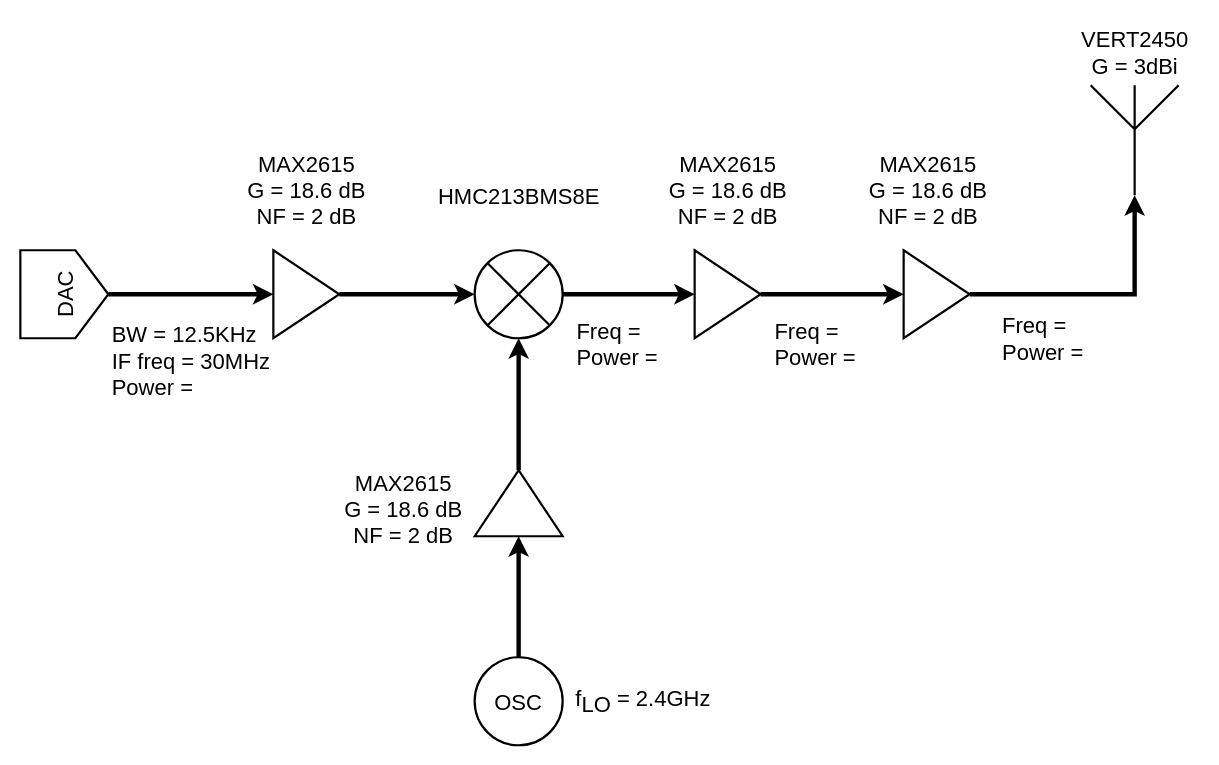
chenbin234/MCC125-Wireless-link-project keeps this draw.io diagram as transmitter.drawio. Above is the earlier version. Source tidied: cells renumbered, new cells numbered last; positions are measured from the earlier drawing's top-left corner, leaving out a move shared by most shapes. Both pictures are drawn from the tidied source at 110%, with x=0, y=0 at pixel (20, 19).
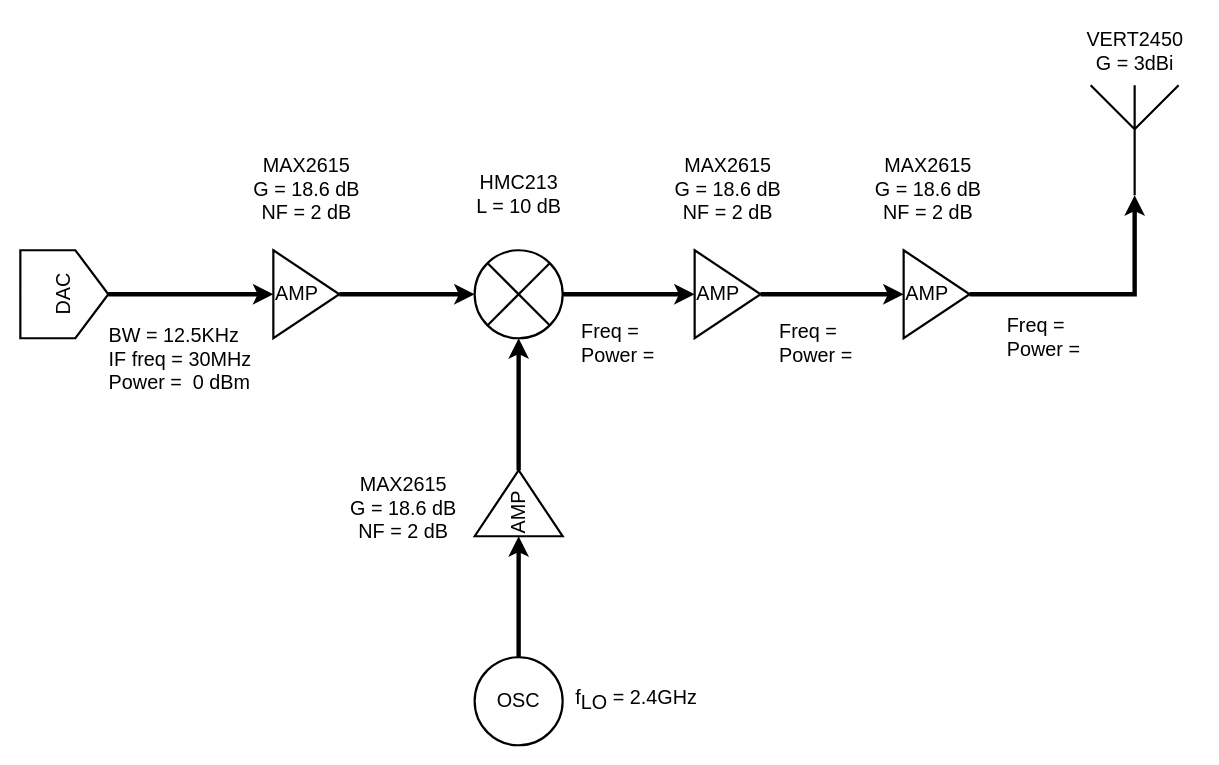
The same page after the edit.

Diff of the diagram source:
```diff
@@
-    <mxCell id="2" style="edgeStyle=orthogonalEdgeStyle;rounded=0;jettySize=auto;html=1;exitX=1;exitY=0.5;exitDx=0;exitDy=0;strokeWidth=4;fontSize=20;" parent="1" edge="1" source="3" target="5">
+    <mxCell id="2" style="edgeStyle=orthogonalEdgeStyle;rounded=0;jettySize=auto;html=1;exitX=1;exitY=0.5;exitDx=0;exitDy=0;strokeWidth=4;fontSize=18;" parent="1" edge="1" source="3" target="5">
       <mxGeometry relative="1" as="geometry" />
     </mxCell>
-    <mxCell id="3" style="triangle;whiteSpace=wrap;html=1;strokeWidth=2;fontSize=20;" parent="1" vertex="1">
+    <mxCell id="3" value="AMP" style="triangle;whiteSpace=wrap;html=1;strokeWidth=2;fontSize=18;align=left;" parent="1" vertex="1">
       <mxGeometry x="230" y="210" width="60" height="80" as="geometry" />
     </mxCell>
-    <mxCell id="4" style="edgeStyle=orthogonalEdgeStyle;rounded=0;jettySize=auto;html=1;exitX=1;exitY=0.5;exitDx=0;exitDy=0;entryX=0;entryY=0.5;entryDx=0;entryDy=0;strokeWidth=4;fontSize=20;" parent="1" edge="1" source="5" target="11">
+    <mxCell id="4" style="edgeStyle=orthogonalEdgeStyle;rounded=0;jettySize=auto;html=1;exitX=1;exitY=0.5;exitDx=0;exitDy=0;entryX=0;entryY=0.5;entryDx=0;entryDy=0;strokeWidth=4;fontSize=18;" parent="1" edge="1" source="5" target="11">
       <mxGeometry relative="1" as="geometry" />
     </mxCell>
-    <mxCell id="5" style="shape=sumEllipse;perimeter=ellipsePerimeter;whiteSpace=wrap;html=1;backgroundOutline=1;strokeWidth=2;fontSize=20;" parent="1" vertex="1">
+    <mxCell id="5" style="shape=sumEllipse;perimeter=ellipsePerimeter;whiteSpace=wrap;html=1;backgroundOutline=1;strokeWidth=2;fontSize=18;" parent="1" vertex="1">
       <mxGeometry x="413" y="210" width="80" height="80" as="geometry" />
     </mxCell>
-    <mxCell id="6" style="edgeStyle=orthogonalEdgeStyle;rounded=0;jettySize=auto;html=1;exitX=1;exitY=0.5;exitDx=0;exitDy=0;entryX=0.5;entryY=1;entryDx=0;entryDy=0;strokeWidth=4;fontSize=20;" parent="1" edge="1" source="7" target="5">
+    <mxCell id="6" style="edgeStyle=orthogonalEdgeStyle;rounded=0;jettySize=auto;html=1;exitX=1;exitY=0.5;exitDx=0;exitDy=0;entryX=0.5;entryY=1;entryDx=0;entryDy=0;strokeWidth=4;fontSize=18;" parent="1" edge="1" source="7" target="5">
       <mxGeometry relative="1" as="geometry" />
     </mxCell>
-    <mxCell id="7" style="triangle;whiteSpace=wrap;html=1;rotation=-90;strokeWidth=2;fontSize=20;" parent="1" vertex="1">
+    <mxCell id="7" value="AMP" style="triangle;whiteSpace=wrap;html=1;rotation=-90;strokeWidth=2;fontSize=18;align=left;" parent="1" vertex="1">
       <mxGeometry x="423" y="400" width="60" height="80" as="geometry" />
     </mxCell>
-    <mxCell id="8" style="edgeStyle=orthogonalEdgeStyle;rounded=0;jettySize=auto;html=1;exitX=0.5;exitY=0;exitDx=0;exitDy=0;entryX=0;entryY=0.5;entryDx=0;entryDy=0;strokeWidth=4;fontSize=20;" parent="1" edge="1" source="9" target="7">
+    <mxCell id="8" style="edgeStyle=orthogonalEdgeStyle;rounded=0;jettySize=auto;html=1;exitX=0.5;exitY=0;exitDx=0;exitDy=0;entryX=0;entryY=0.5;entryDx=0;entryDy=0;strokeWidth=4;fontSize=18;" parent="1" edge="1" source="9" target="7">
       <mxGeometry relative="1" as="geometry" />
     </mxCell>
-    <mxCell id="9" value="&lt;font style=&quot;font-size: 20px;&quot;&gt;OSC&lt;/font&gt;" style="ellipse;whiteSpace=wrap;html=1;strokeWidth=2;fontSize=20;" parent="1" vertex="1">
+    <mxCell id="9" value="&lt;font style=&quot;font-size: 18px;&quot;&gt;OSC&lt;/font&gt;" style="ellipse;whiteSpace=wrap;html=1;strokeWidth=2;fontSize=18;" parent="1" vertex="1">
       <mxGeometry x="413" y="580" width="80" height="80" as="geometry" />
     </mxCell>
-    <mxCell id="10" style="edgeStyle=orthogonalEdgeStyle;rounded=0;jettySize=auto;html=1;exitX=1;exitY=0.5;exitDx=0;exitDy=0;entryX=0;entryY=0.5;entryDx=0;entryDy=0;strokeWidth=4;fontSize=20;" parent="1" edge="1" source="11" target="13">
+    <mxCell id="10" style="edgeStyle=orthogonalEdgeStyle;rounded=0;jettySize=auto;html=1;exitX=1;exitY=0.5;exitDx=0;exitDy=0;entryX=0;entryY=0.5;entryDx=0;entryDy=0;strokeWidth=4;fontSize=18;" parent="1" edge="1" source="11" target="13">
       <mxGeometry relative="1" as="geometry" />
     </mxCell>
-    <mxCell id="11" style="triangle;whiteSpace=wrap;html=1;strokeWidth=2;fontSize=20;" parent="1" vertex="1">
+    <mxCell id="11" value="AMP" style="triangle;whiteSpace=wrap;html=1;strokeWidth=2;fontSize=18;align=left;" parent="1" vertex="1">
       <mxGeometry x="613" y="210" width="60" height="80" as="geometry" />
     </mxCell>
-    <mxCell id="12" style="edgeStyle=orthogonalEdgeStyle;rounded=0;jettySize=auto;html=1;exitX=1;exitY=0.5;exitDx=0;exitDy=0;strokeWidth=4;fontSize=20;" parent="1" edge="1" source="13" target="14">
+    <mxCell id="12" style="edgeStyle=orthogonalEdgeStyle;rounded=0;jettySize=auto;html=1;exitX=1;exitY=0.5;exitDx=0;exitDy=0;strokeWidth=4;fontSize=18;" parent="1" edge="1" source="13" target="14">
       <mxGeometry relative="1" as="geometry" />
     </mxCell>
-    <mxCell id="13" style="triangle;whiteSpace=wrap;html=1;strokeWidth=2;fontSize=20;" parent="1" vertex="1">
+    <mxCell id="13" value="AMP" style="triangle;whiteSpace=wrap;html=1;strokeWidth=2;fontSize=18;align=left;" parent="1" vertex="1">
       <mxGeometry x="803" y="210" width="60" height="80" as="geometry" />
     </mxCell>
-    <mxCell id="14" style="verticalLabelPosition=bottom;shadow=0;dashed=0;align=center;html=1;verticalAlign=top;shape=mxgraph.electrical.radio.aerial_-_antenna_1;strokeWidth=2;fontSize=20;" parent="1" vertex="1">
+    <mxCell id="14" style="verticalLabelPosition=bottom;shadow=0;dashed=0;align=center;html=1;verticalAlign=top;shape=mxgraph.electrical.radio.aerial_-_antenna_1;strokeWidth=2;fontSize=18;" parent="1" vertex="1">
       <mxGeometry x="973" y="60" width="80" height="100" as="geometry" />
     </mxCell>
-    <mxCell id="15" style="edgeStyle=orthogonalEdgeStyle;rounded=0;jettySize=auto;html=1;exitX=0.5;exitY=1;exitDx=0;exitDy=0;entryX=0;entryY=0.5;entryDx=0;entryDy=0;strokeWidth=4;fontSize=20;" parent="1" edge="1" source="16" target="3">
+    <mxCell id="15" style="edgeStyle=orthogonalEdgeStyle;rounded=0;jettySize=auto;html=1;exitX=0.5;exitY=1;exitDx=0;exitDy=0;entryX=0;entryY=0.5;entryDx=0;entryDy=0;strokeWidth=4;fontSize=18;" parent="1" edge="1" source="16" target="3">
       <mxGeometry relative="1" as="geometry" />
     </mxCell>
-    <mxCell id="16" value="&lt;font style=&quot;font-size: 20px;&quot;&gt;DAC&lt;/font&gt;" style="shape=offPageConnector;whiteSpace=wrap;html=1;rotation=-90;strokeWidth=2;horizontal=1;verticalAlign=middle;fontSize=20;" parent="1" vertex="1">
+    <mxCell id="16" value="&lt;font style=&quot;font-size: 18px;&quot;&gt;DAC&lt;/font&gt;" style="shape=offPageConnector;whiteSpace=wrap;html=1;rotation=-90;strokeWidth=2;horizontal=1;verticalAlign=middle;fontSize=18;" parent="1" vertex="1">
       <mxGeometry y="210" width="80" height="80" as="geometry" />
     </mxCell>
-    <mxCell id="17" value="&lt;font style=&quot;font-size: 20px;&quot;&gt;f&lt;sub style=&quot;font-size: 20px;&quot;&gt;LO&lt;/sub&gt; = 2.4GHz&lt;/font&gt;" style="text;html=1;align=left;verticalAlign=middle;strokeColor=none;fillColor=none;fontSize=20;" parent="1" vertex="1">
-      <mxGeometry x="503" y="600" width="150" height="40" as="geometry" />
+    <mxCell id="17" value="&lt;font style=&quot;font-size: 18px;&quot;&gt;f&lt;sub style=&quot;font-size: 18px;&quot;&gt;LO&lt;/sub&gt; = 2.4GHz&lt;/font&gt;" style="text;html=1;align=left;verticalAlign=middle;strokeColor=none;fillColor=none;fontSize=18;" parent="1" vertex="1">
+      <mxGeometry x="503" y="600" width="130" height="40" as="geometry" />
     </mxCell>
-    <mxCell id="18" value="&lt;div style=&quot;text-align: left; font-size: 20px;&quot;&gt;&lt;span style=&quot;background-color: initial; font-size: 20px;&quot;&gt;&lt;font style=&quot;font-size: 20px;&quot;&gt;BW = 12.5KHz&lt;/font&gt;&lt;/span&gt;&lt;/div&gt;&lt;div style=&quot;text-align: left; font-size: 20px;&quot;&gt;&lt;span style=&quot;background-color: initial; font-size: 20px;&quot;&gt;&lt;font style=&quot;font-size: 20px;&quot;&gt;IF freq = 30MHz&lt;/font&gt;&lt;/span&gt;&lt;/div&gt;&lt;div style=&quot;text-align: left; font-size: 20px;&quot;&gt;&lt;span style=&quot;background-color: initial; font-size: 20px;&quot;&gt;&lt;font style=&quot;font-size: 20px;&quot;&gt;Power =&amp;nbsp;&amp;nbsp;&lt;/font&gt;&lt;/span&gt;&lt;/div&gt;" style="text;html=1;align=center;verticalAlign=middle;strokeColor=none;fillColor=none;fontSize=20;" parent="1" vertex="1">
-      <mxGeometry x="70" y="265" width="170" height="90" as="geometry" />
+    <mxCell id="18" value="&lt;div style=&quot;text-align: left; font-size: 18px;&quot;&gt;&lt;span style=&quot;background-color: initial; font-size: 18px;&quot;&gt;&lt;font style=&quot;font-size: 18px;&quot;&gt;BW = 12.5KHz&lt;/font&gt;&lt;/span&gt;&lt;/div&gt;&lt;div style=&quot;text-align: left; font-size: 18px;&quot;&gt;&lt;span style=&quot;background-color: initial; font-size: 18px;&quot;&gt;&lt;font style=&quot;font-size: 18px;&quot;&gt;IF freq = 30MHz&lt;/font&gt;&lt;/span&gt;&lt;/div&gt;&lt;div style=&quot;text-align: left; font-size: 18px;&quot;&gt;&lt;span style=&quot;background-color: initial; font-size: 18px;&quot;&gt;&lt;font style=&quot;font-size: 18px;&quot;&gt;Power =&amp;nbsp; 0 dBm&lt;/font&gt;&lt;/span&gt;&lt;/div&gt;" style="text;html=1;align=center;verticalAlign=middle;strokeColor=none;fillColor=none;fontSize=18;" parent="1" vertex="1">
+      <mxGeometry x="70" y="270" width="150" height="80" as="geometry" />
     </mxCell>
-    <mxCell id="19" value="&lt;div style=&quot;text-align: left; font-size: 20px;&quot;&gt;&lt;span style=&quot;background-color: initial; font-size: 20px;&quot;&gt;Freq =&lt;/span&gt;&lt;/div&gt;&lt;div style=&quot;text-align: left; font-size: 20px;&quot;&gt;&lt;span style=&quot;background-color: initial; font-size: 20px;&quot;&gt;&lt;font style=&quot;font-size: 20px;&quot;&gt;Power =&amp;nbsp;&amp;nbsp;&lt;/font&gt;&lt;/span&gt;&lt;/div&gt;" style="text;html=1;align=center;verticalAlign=middle;strokeColor=none;fillColor=none;fontSize=20;" parent="1" vertex="1">
-      <mxGeometry x="673" y="265" width="110" height="60" as="geometry" />
+    <mxCell id="19" value="&lt;div style=&quot;text-align: left; font-size: 18px;&quot;&gt;&lt;span style=&quot;background-color: initial; font-size: 18px;&quot;&gt;Freq =&lt;/span&gt;&lt;/div&gt;&lt;div style=&quot;text-align: left; font-size: 18px;&quot;&gt;&lt;span style=&quot;background-color: initial; font-size: 18px;&quot;&gt;&lt;font style=&quot;font-size: 18px;&quot;&gt;Power =&amp;nbsp;&amp;nbsp;&lt;/font&gt;&lt;/span&gt;&lt;/div&gt;" style="text;html=1;align=center;verticalAlign=middle;strokeColor=none;fillColor=none;fontSize=18;" parent="1" vertex="1">
+      <mxGeometry x="678" y="265" width="100" height="60" as="geometry" />
     </mxCell>
-    <mxCell id="20" value="&lt;div style=&quot;text-align: left; font-size: 20px;&quot;&gt;&lt;span style=&quot;background-color: initial; font-size: 20px;&quot;&gt;Freq =&lt;/span&gt;&lt;/div&gt;&lt;div style=&quot;text-align: left; font-size: 20px;&quot;&gt;&lt;span style=&quot;background-color: initial; font-size: 20px;&quot;&gt;&lt;font style=&quot;font-size: 20px;&quot;&gt;Power =&amp;nbsp;&amp;nbsp;&lt;/font&gt;&lt;/span&gt;&lt;/div&gt;" style="text;html=1;align=center;verticalAlign=middle;strokeColor=none;fillColor=none;fontSize=20;" parent="1" vertex="1">
-      <mxGeometry x="880" y="260" width="110" height="60" as="geometry" />
+    <mxCell id="20" value="&lt;div style=&quot;text-align: left; font-size: 18px;&quot;&gt;&lt;span style=&quot;background-color: initial; font-size: 18px;&quot;&gt;Freq =&lt;/span&gt;&lt;/div&gt;&lt;div style=&quot;text-align: left; font-size: 18px;&quot;&gt;&lt;span style=&quot;background-color: initial; font-size: 18px;&quot;&gt;&lt;font style=&quot;font-size: 18px;&quot;&gt;Power =&amp;nbsp;&amp;nbsp;&lt;/font&gt;&lt;/span&gt;&lt;/div&gt;" style="text;html=1;align=center;verticalAlign=middle;strokeColor=none;fillColor=none;fontSize=18;" parent="1" vertex="1">
+      <mxGeometry x="885" y="260" width="100" height="60" as="geometry" />
     </mxCell>
-    <mxCell id="21" value="&lt;div style=&quot;text-align: left; font-size: 20px;&quot;&gt;&lt;span style=&quot;background-color: initial; font-size: 20px;&quot;&gt;Freq =&lt;/span&gt;&lt;/div&gt;&lt;div style=&quot;text-align: left; font-size: 20px;&quot;&gt;&lt;span style=&quot;background-color: initial; font-size: 20px;&quot;&gt;&lt;font style=&quot;font-size: 20px;&quot;&gt;Power =&amp;nbsp;&amp;nbsp;&lt;/font&gt;&lt;/span&gt;&lt;/div&gt;" style="text;html=1;align=center;verticalAlign=middle;strokeColor=none;fillColor=none;fontSize=20;" parent="1" vertex="1">
-      <mxGeometry x="493" y="265" width="110" height="60" as="geometry" />
+    <mxCell id="21" value="&lt;div style=&quot;text-align: left; font-size: 18px;&quot;&gt;&lt;span style=&quot;background-color: initial; font-size: 18px;&quot;&gt;Freq =&lt;/span&gt;&lt;/div&gt;&lt;div style=&quot;text-align: left; font-size: 18px;&quot;&gt;&lt;span style=&quot;background-color: initial; font-size: 18px;&quot;&gt;&lt;font style=&quot;font-size: 18px;&quot;&gt;Power =&amp;nbsp;&amp;nbsp;&lt;/font&gt;&lt;/span&gt;&lt;/div&gt;" style="text;html=1;align=center;verticalAlign=middle;strokeColor=none;fillColor=none;fontSize=18;" parent="1" vertex="1">
+      <mxGeometry x="498" y="265" width="100" height="60" as="geometry" />
     </mxCell>
-    <mxCell id="22" value="MAX2615&lt;br style=&quot;font-size: 20px;&quot;&gt;G = 18.6 dB&lt;br style=&quot;font-size: 20px;&quot;&gt;NF = 2 dB" style="text;html=1;align=center;verticalAlign=middle;strokeColor=none;fillColor=none;fontSize=20;" parent="1" vertex="1">
-      <mxGeometry x="283" y="400" width="130" height="90" as="geometry" />
+    <mxCell id="22" value="MAX2615&lt;br style=&quot;font-size: 18px;&quot;&gt;G = 18.6 dB&lt;br style=&quot;font-size: 18px;&quot;&gt;NF = 2 dB" style="text;html=1;align=center;verticalAlign=middle;strokeColor=none;fillColor=none;fontSize=18;" parent="1" vertex="1">
+      <mxGeometry x="288" y="405" width="120" height="80" as="geometry" />
     </mxCell>
-    <mxCell id="23" value="MAX2615&lt;br style=&quot;font-size: 20px;&quot;&gt;G = 18.6 dB&lt;br style=&quot;font-size: 20px;&quot;&gt;NF = 2 dB" style="text;html=1;align=center;verticalAlign=middle;strokeColor=none;fillColor=none;fontSize=20;" parent="1" vertex="1">
-      <mxGeometry x="578" y="110" width="130" height="90" as="geometry" />
+    <mxCell id="23" value="MAX2615&lt;br style=&quot;font-size: 18px;&quot;&gt;G = 18.6 dB&lt;br style=&quot;font-size: 18px;&quot;&gt;NF = 2 dB" style="text;html=1;align=center;verticalAlign=middle;strokeColor=none;fillColor=none;fontSize=18;" parent="1" vertex="1">
+      <mxGeometry x="583" y="115" width="120" height="80" as="geometry" />
     </mxCell>
-    <mxCell id="24" value="MAX2615&lt;br style=&quot;font-size: 20px;&quot;&gt;G = 18.6 dB&lt;br style=&quot;font-size: 20px;&quot;&gt;NF = 2 dB" style="text;html=1;align=center;verticalAlign=middle;strokeColor=none;fillColor=none;fontSize=20;" parent="1" vertex="1">
-      <mxGeometry x="760" y="110" width="130" height="90" as="geometry" />
+    <mxCell id="24" value="MAX2615&lt;br style=&quot;font-size: 18px;&quot;&gt;G = 18.6 dB&lt;br style=&quot;font-size: 18px;&quot;&gt;NF = 2 dB" style="text;html=1;align=center;verticalAlign=middle;strokeColor=none;fillColor=none;fontSize=18;" parent="1" vertex="1">
+      <mxGeometry x="765" y="115" width="120" height="80" as="geometry" />
     </mxCell>
-    <mxCell id="25" value="&lt;font style=&quot;font-size: 20px;&quot;&gt;VERT2450&lt;br style=&quot;font-size: 20px;&quot;&gt;G = 3dBi&lt;/font&gt;" style="text;html=1;align=center;verticalAlign=middle;strokeColor=none;fillColor=none;fontSize=20;" parent="1" vertex="1">
-      <mxGeometry x="953" width="120" height="60" as="geometry" />
+    <mxCell id="25" value="&lt;font style=&quot;font-size: 18px;&quot;&gt;VERT2450&lt;br style=&quot;font-size: 18px;&quot;&gt;G = 3dBi&lt;/font&gt;" style="text;html=1;align=center;verticalAlign=middle;strokeColor=none;fillColor=none;fontSize=18;" parent="1" vertex="1">
+      <mxGeometry x="958" width="110" height="60" as="geometry" />
     </mxCell>
-    <mxCell id="26" value="&lt;font style=&quot;font-size: 20px;&quot;&gt;HMC213BMS8E&lt;/font&gt;" style="text;html=1;align=center;verticalAlign=middle;strokeColor=none;fillColor=none;fontSize=20;" parent="1" vertex="1">
-      <mxGeometry x="368" y="140" width="170" height="40" as="geometry" />
+    <mxCell id="26" value="&lt;font style=&quot;font-size: 18px;&quot;&gt;HMC213&lt;br style=&quot;font-size: 18px;&quot;&gt;L = 10 dB&lt;br style=&quot;font-size: 18px;&quot;&gt;&lt;/font&gt;" style="text;html=1;align=center;verticalAlign=middle;strokeColor=none;fillColor=none;fontSize=18;" parent="1" vertex="1">
+      <mxGeometry x="403" y="130" width="100" height="60" as="geometry" />
     </mxCell>
-    <mxCell id="27" value="MAX2615&lt;br style=&quot;font-size: 20px;&quot;&gt;G = 18.6 dB&lt;br style=&quot;font-size: 20px;&quot;&gt;NF = 2 dB" style="text;html=1;align=center;verticalAlign=middle;strokeColor=none;fillColor=none;fontSize=20;" parent="1" vertex="1">
-      <mxGeometry x="195" y="110" width="130" height="90" as="geometry" />
+    <mxCell id="27" value="MAX2615&lt;br style=&quot;font-size: 18px;&quot;&gt;G = 18.6 dB&lt;br style=&quot;font-size: 18px;&quot;&gt;NF = 2 dB" style="text;html=1;align=center;verticalAlign=middle;strokeColor=none;fillColor=none;fontSize=18;" parent="1" vertex="1">
+      <mxGeometry x="200" y="115" width="120" height="80" as="geometry" />
     </mxCell>
```
